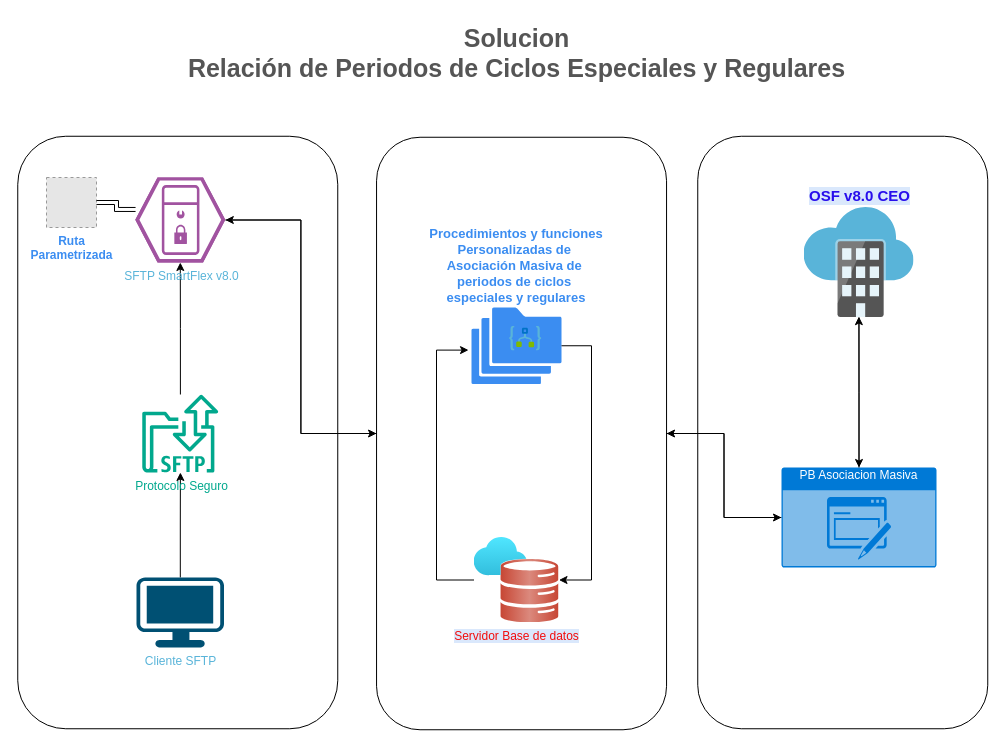
Above: Diagrama_Diseño_Aranda_1132.drawio in danieltm1987/Design_arandas_Horbath (draw.io), before the change. Source tidied: cells renumbered, new cells numbered last; positions are measured from the earlier drawing's top-left corner, leaving out a move shared by most shapes. Both pictures are drawn from the tidied source at 100%, with x=0, y=0 at pixel (-119, 17). Pictures stored in the file or linked from it are replaced by grey dashed boxes.
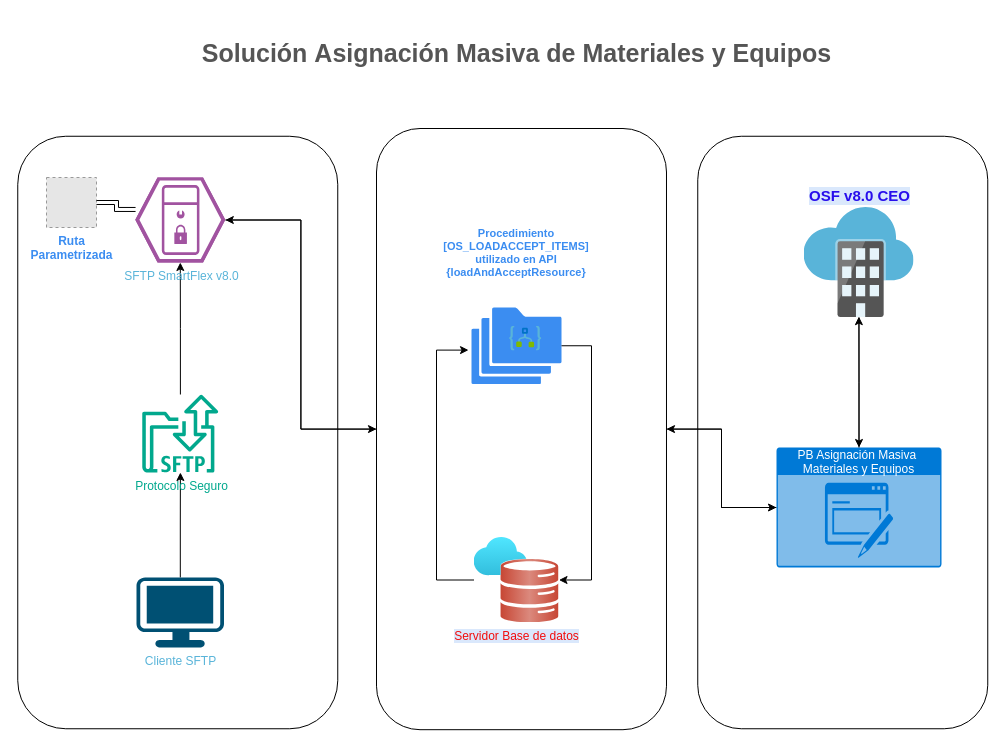
The same diagram, later.

Diff of the diagram source:
```diff
@@
     <mxCell id="3" style="rounded=1;whiteSpace=wrap;html=1;rotation=90;" parent="1" vertex="1">
-      <mxGeometry x="343.8" y="271" width="592.5" height="290" as="geometry" />
+      <mxGeometry x="339.4" y="266.6" width="601.2" height="290" as="geometry" />
     </mxCell>
@@
-    <mxCell id="13" value="PB Asociacion Masiva&lt;div&gt;&lt;br&gt;&lt;/div&gt;" style="html=1;whiteSpace=wrap;strokeColor=none;fillColor=#0079D6;labelPosition=center;verticalLabelPosition=middle;verticalAlign=top;align=center;fontSize=12;outlineConnect=0;spacingTop=-6;fontColor=#FFFFFF;sketch=0;shape=mxgraph.sitemap.form;" parent="1" vertex="1">
-      <mxGeometry x="900" y="450" width="155" height="100" as="geometry" />
+    <mxCell id="13" value="PB Asignación Masiva&amp;nbsp;&lt;div&gt;Materiales y Equipos&lt;/div&gt;&lt;div&gt;&lt;br&gt;&lt;div&gt;&lt;br&gt;&lt;/div&gt;&lt;/div&gt;" style="html=1;whiteSpace=wrap;strokeColor=none;fillColor=#0079D6;labelPosition=center;verticalLabelPosition=middle;verticalAlign=top;align=center;fontSize=12;outlineConnect=0;spacingTop=-6;fontColor=#FFFFFF;sketch=0;shape=mxgraph.sitemap.form;" parent="1" vertex="1">
+      <mxGeometry x="895" y="430" width="165" height="120" as="geometry" />
     </mxCell>
@@
-    <mxCell id="15" value="Procedimientos y funciones&#10;Personalizadas de &#10;Asociación Masiva de &#10;periodos de ciclos &#10;especiales y regulares" style="group;labelPosition=center;verticalLabelPosition=top;align=center;verticalAlign=bottom;fontStyle=1;fontColor=light-dark(#3b8df1, #ededed);fontSize=13;" parent="1" vertex="1">
+    <mxCell id="15" value="Procedimiento&#10;[OS_LOADACCEPT_ITEMS]&#10;utilizado en API&#10;{loadAndAcceptResource}&#10;&#10;" style="group;labelPosition=center;verticalLabelPosition=top;align=center;verticalAlign=bottom;fontStyle=1;fontColor=light-dark(#3b8df1, #ededed);fontSize=11;" parent="1" vertex="1">
       <mxGeometry x="590" y="290" width="90" height="80" as="geometry" />
     </mxCell>
@@
-    <mxCell id="24" value="Solucion&lt;div&gt;Relación de Periodos de Ciclos Especiales y Regulares&lt;/div&gt;" style="text;html=1;fontSize=25;fontStyle=1;verticalAlign=middle;align=center;strokeWidth=3;fontColor=light-dark(#555555, #ededed);" parent="1" vertex="1">
+    <mxCell id="24" value="Solución&amp;nbsp;&lt;span style=&quot;background-color: transparent; color: light-dark(rgb(85, 85, 85), rgb(237, 237, 237));&quot;&gt;Asignación Masiva de Materiales y Equipos&lt;/span&gt;" style="text;html=1;fontSize=25;fontStyle=1;verticalAlign=middle;align=center;strokeWidth=3;fontColor=light-dark(#555555, #ededed);" parent="1" vertex="1">
       <mxGeometry x="175" width="920" height="70" as="geometry" />
     </mxCell>
```
